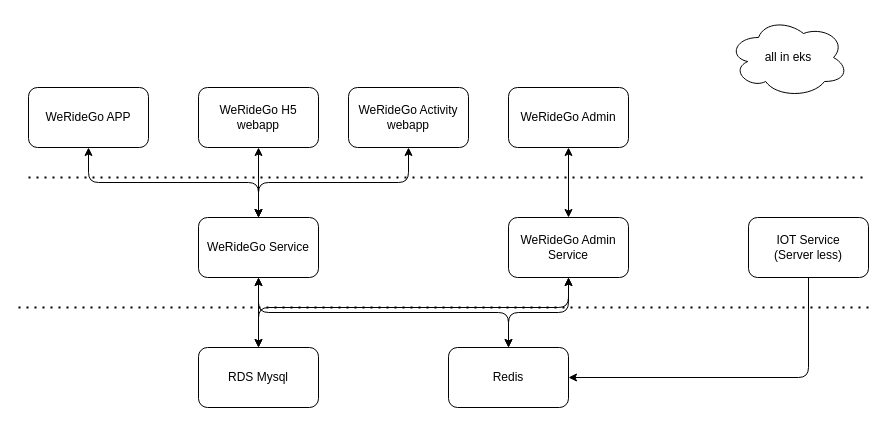
This is 技术栈类型/werideg-eks-demo.drawio from wurh/myDesignDoc, a draw.io file, before an edit. Source tidied: cells renumbered, new cells numbered last; positions are measured from the earlier drawing's top-left corner, leaving out a move shared by most shapes. Both pictures are drawn from the tidied source at 100%, with x=0, y=0 at pixel (18, 17).
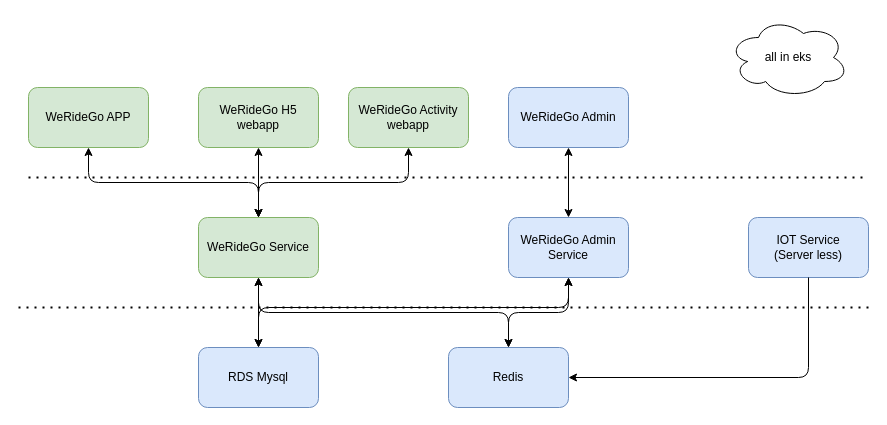
The same diagram, later.

Change to the diagram source:
```diff
@@
-    <mxCell id="2" value="WeRideGo APP" style="rounded=1;whiteSpace=wrap;html=1;" parent="1" vertex="1">
+    <mxCell id="2" value="WeRideGo APP" style="rounded=1;whiteSpace=wrap;html=1;fillColor=#d5e8d4;strokeColor=#82b366;" parent="1" vertex="1">
       <mxGeometry x="10" y="70" width="120" height="60" as="geometry" />
     </mxCell>
-    <mxCell id="3" value="WeRideGo H5&lt;br&gt;webapp" style="rounded=1;whiteSpace=wrap;html=1;" parent="1" vertex="1">
+    <mxCell id="3" value="WeRideGo H5&lt;br&gt;webapp" style="rounded=1;whiteSpace=wrap;html=1;fillColor=#d5e8d4;strokeColor=#82b366;" parent="1" vertex="1">
       <mxGeometry x="180" y="70" width="120" height="60" as="geometry" />
     </mxCell>
-    <mxCell id="4" value="WeRideGo Activity&lt;br&gt;webapp" style="rounded=1;whiteSpace=wrap;html=1;" parent="1" vertex="1">
+    <mxCell id="4" value="WeRideGo Activity&lt;br&gt;webapp" style="rounded=1;whiteSpace=wrap;html=1;fillColor=#d5e8d4;strokeColor=#82b366;" parent="1" vertex="1">
       <mxGeometry x="330" y="70" width="120" height="60" as="geometry" />
     </mxCell>
@@
-    <mxCell id="6" value="WeRideGo Service" style="rounded=1;whiteSpace=wrap;html=1;" parent="1" vertex="1">
+    <mxCell id="6" value="WeRideGo Service" style="rounded=1;whiteSpace=wrap;html=1;fillColor=#d5e8d4;strokeColor=#82b366;" parent="1" vertex="1">
       <mxGeometry x="180" y="200" width="120" height="60" as="geometry" />
     </mxCell>
-    <mxCell id="7" value="WeRideGo Admin" style="rounded=1;whiteSpace=wrap;html=1;" parent="1" vertex="1">
+    <mxCell id="7" value="WeRideGo Admin" style="rounded=1;whiteSpace=wrap;html=1;fillColor=#dae8fc;strokeColor=#6c8ebf;" parent="1" vertex="1">
       <mxGeometry x="490" y="70" width="120" height="60" as="geometry" />
     </mxCell>
-    <mxCell id="8" value="WeRideGo Admin Service" style="rounded=1;whiteSpace=wrap;html=1;" parent="1" vertex="1">
+    <mxCell id="8" value="WeRideGo Admin Service" style="rounded=1;whiteSpace=wrap;html=1;fillColor=#dae8fc;strokeColor=#6c8ebf;" parent="1" vertex="1">
       <mxGeometry x="490" y="200" width="120" height="60" as="geometry" />
     </mxCell>
@@
-    <mxCell id="14" value="Redis" style="rounded=1;whiteSpace=wrap;html=1;" parent="1" vertex="1">
+    <mxCell id="14" value="Redis" style="rounded=1;whiteSpace=wrap;html=1;fillColor=#dae8fc;strokeColor=#6c8ebf;" parent="1" vertex="1">
       <mxGeometry x="430" y="330" width="120" height="60" as="geometry" />
     </mxCell>
@@
-    <mxCell id="17" value="IOT Service&lt;br&gt;(Server less)" style="rounded=1;whiteSpace=wrap;html=1;" parent="1" vertex="1">
+    <mxCell id="17" value="IOT Service&lt;br&gt;(Server less)" style="rounded=1;whiteSpace=wrap;html=1;fillColor=#dae8fc;strokeColor=#6c8ebf;" parent="1" vertex="1">
       <mxGeometry x="730" y="200" width="120" height="60" as="geometry" />
     </mxCell>
@@
-    <mxCell id="19" value="RDS Mysql" style="rounded=1;whiteSpace=wrap;html=1;" parent="1" vertex="1">
+    <mxCell id="19" value="RDS Mysql" style="rounded=1;whiteSpace=wrap;html=1;fillColor=#dae8fc;strokeColor=#6c8ebf;" parent="1" vertex="1">
       <mxGeometry x="180" y="330" width="120" height="60" as="geometry" />
     </mxCell>
```
